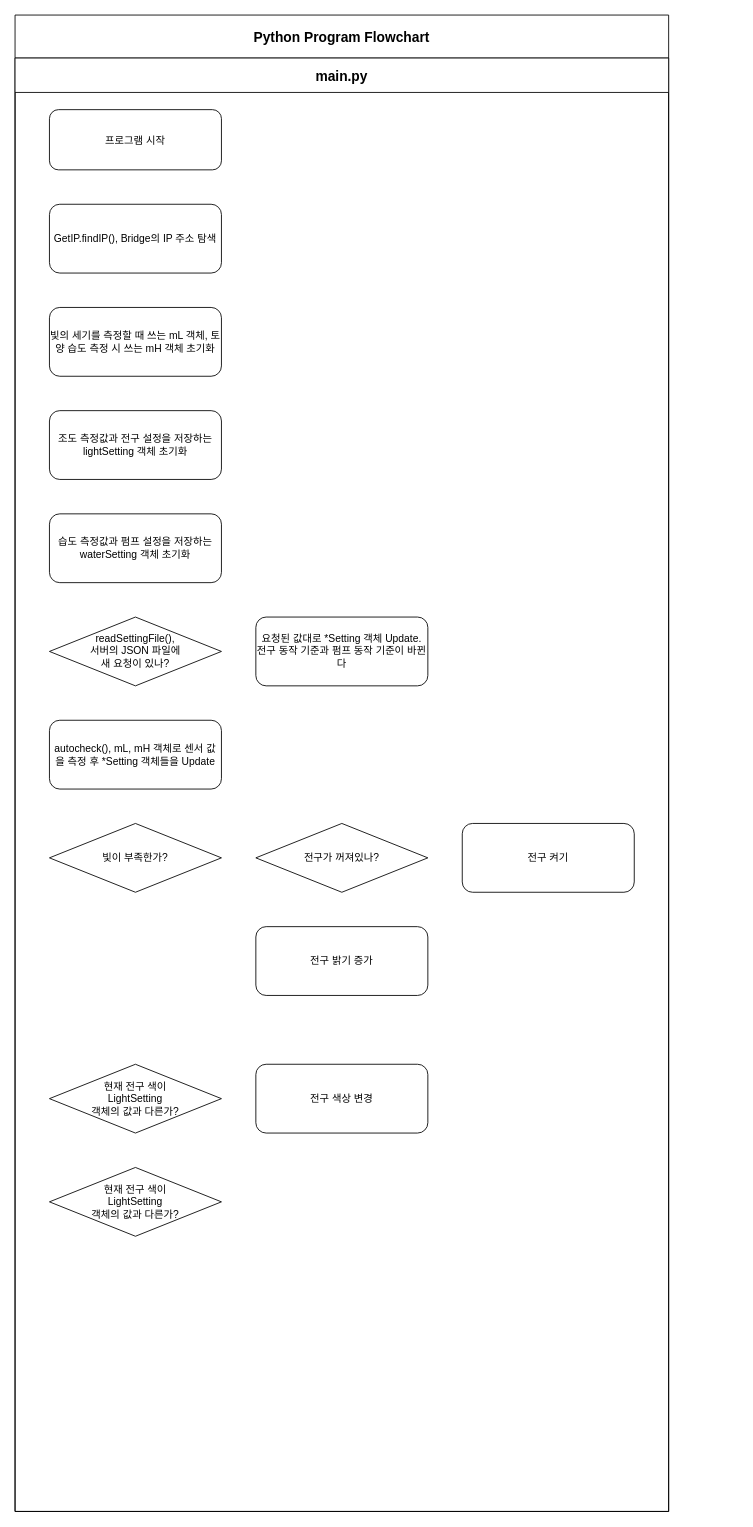
rkrnru/2021ESWContest_free_1071 keeps this draw.io diagram as main.drawio. Above is the earlier version. Source tidied: cells renumbered, new cells numbered last; positions are measured from the earlier drawing's top-left corner, leaving out a move shared by most shapes. Both pictures are drawn from the tidied source at 86%, with x=0, y=0 at pixel (15, 15).
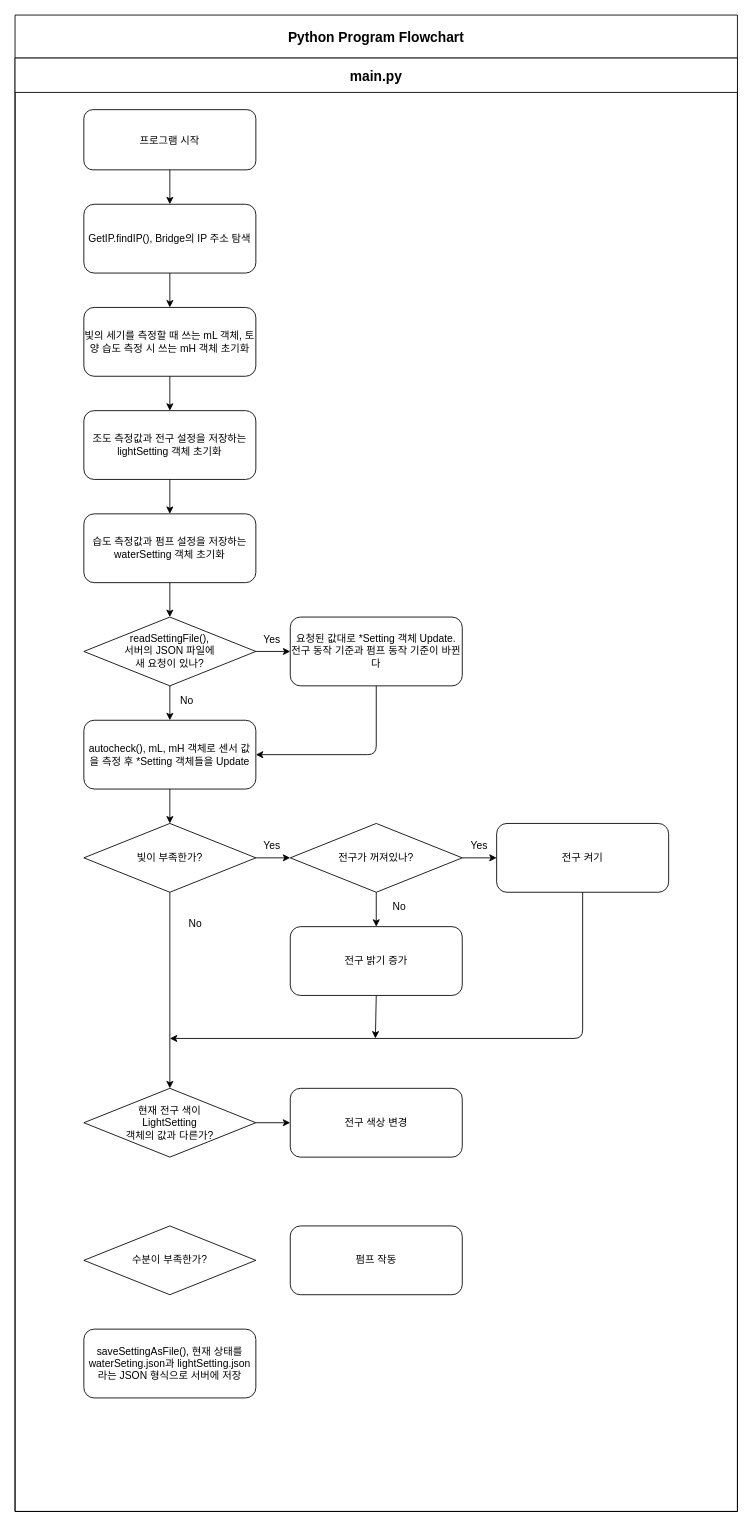
Above is the later version.

The edit, as a diff of the source:
```diff
@@
     <mxCell id="2" value="Python Program Flowchart" style="swimlane;fontSize=16;startSize=50;spacingTop=0;spacingBottom=0;" parent="1" vertex="1">
-      <mxGeometry width="760" height="1740" as="geometry" />
+      <mxGeometry width="840" height="1740" as="geometry" />
     </mxCell>
     <mxCell id="3" value="&lt;font style=&quot;font-size: 12px&quot;&gt;프로그램 시작&lt;/font&gt;" style="rounded=1;whiteSpace=wrap;html=1;fontSize=16;" parent="2" vertex="1">
-      <mxGeometry x="40" y="110" width="200" height="70" as="geometry" />
+      <mxGeometry x="80" y="110" width="200" height="70" as="geometry" />
     </mxCell>
     <mxCell id="4" value="GetIP.findIP(), Bridge의 IP 주소 탐색" style="rounded=1;whiteSpace=wrap;html=1;fontSize=12;" parent="2" vertex="1">
-      <mxGeometry x="40" y="220" width="200" height="80" as="geometry" />
+      <mxGeometry x="80" y="220" width="200" height="80" as="geometry" />
     </mxCell>
     <mxCell id="5" value="빛의 세기를 측정할 때 쓰는 mL 객체, 토양 습도 측정 시 쓰는 mH 객체 초기화" style="rounded=1;whiteSpace=wrap;html=1;fontSize=12;" parent="2" vertex="1">
-      <mxGeometry x="40" y="340" width="200" height="80" as="geometry" />
+      <mxGeometry x="80" y="340" width="200" height="80" as="geometry" />
     </mxCell>
     <mxCell id="6" value="조도 측정값과 전구 설정을 저장하는 lightSetting 객체 초기화" style="rounded=1;whiteSpace=wrap;html=1;fontSize=12;" parent="2" vertex="1">
-      <mxGeometry x="40" y="460" width="200" height="80" as="geometry" />
+      <mxGeometry x="80" y="460" width="200" height="80" as="geometry" />
     </mxCell>
     <mxCell id="7" value="습도 측정값과 펌프 설정을 저장하는 waterSetting 객체 초기화" style="rounded=1;whiteSpace=wrap;html=1;fontSize=12;" parent="2" vertex="1">
-      <mxGeometry x="40" y="580" width="200" height="80" as="geometry" />
+      <mxGeometry x="80" y="580" width="200" height="80" as="geometry" />
     </mxCell>
     <mxCell id="8" value="autocheck(), mL, mH 객체로 센서 값을 측정 후 *Setting 객체들을 Update" style="rounded=1;whiteSpace=wrap;html=1;fontSize=12;" parent="2" vertex="1">
-      <mxGeometry x="40" y="820" width="200" height="80" as="geometry" />
+      <mxGeometry x="80" y="820" width="200" height="80" as="geometry" />
     </mxCell>
     <mxCell id="9" value="readSettingFile(),&lt;br&gt;서버의 JSON 파일에 &lt;br&gt;새 요청이 있나?" style="rhombus;whiteSpace=wrap;html=1;fontSize=12;" parent="2" vertex="1">
-      <mxGeometry x="40" y="700" width="200" height="80" as="geometry" />
+      <mxGeometry x="80" y="700" width="200" height="80" as="geometry" />
     </mxCell>
     <mxCell id="10" value="요청된 값대로 *Setting 객체 Update. 전구 동작 기준과 펌프 동작 기준이 바뀐다" style="rounded=1;whiteSpace=wrap;html=1;fontSize=12;" parent="2" vertex="1">
-      <mxGeometry x="280" y="700" width="200" height="80" as="geometry" />
+      <mxGeometry x="320" y="700" width="200" height="80" as="geometry" />
     </mxCell>
     <mxCell id="11" value="빛이 부족한가?" style="rhombus;whiteSpace=wrap;html=1;fontSize=12;" parent="2" vertex="1">
-      <mxGeometry x="40" y="940" width="200" height="80" as="geometry" />
+      <mxGeometry x="80" y="940" width="200" height="80" as="geometry" />
     </mxCell>
     <mxCell id="12" value="전구가 꺼져있나?" style="rhombus;whiteSpace=wrap;html=1;fontSize=12;" parent="2" vertex="1">
-      <mxGeometry x="280" y="940" width="200" height="80" as="geometry" />
+      <mxGeometry x="320" y="940" width="200" height="80" as="geometry" />
     </mxCell>
     <mxCell id="13" value="전구 켜기" style="rounded=1;whiteSpace=wrap;html=1;fontSize=12;" parent="2" vertex="1">
-      <mxGeometry x="520" y="940" width="200" height="80" as="geometry" />
+      <mxGeometry x="560" y="940" width="200" height="80" as="geometry" />
     </mxCell>
     <mxCell id="14" value="전구 밝기 증가" style="rounded=1;whiteSpace=wrap;html=1;fontSize=12;" parent="2" vertex="1">
-      <mxGeometry x="280" y="1060" width="200" height="80" as="geometry" />
+      <mxGeometry x="320" y="1060" width="200" height="80" as="geometry" />
     </mxCell>
     <mxCell id="15" value="현재 전구 색이 &lt;br&gt;LightSetting&lt;br&gt;객체의 값과 다른가?" style="rhombus;whiteSpace=wrap;html=1;fontSize=12;" parent="2" vertex="1">
-      <mxGeometry x="40" y="1220" width="200" height="80" as="geometry" />
+      <mxGeometry x="80" y="1248" width="200" height="80" as="geometry" />
     </mxCell>
     <mxCell id="16" value="전구 색상 변경" style="rounded=1;whiteSpace=wrap;html=1;fontSize=12;" parent="2" vertex="1">
-      <mxGeometry x="280" y="1220" width="200" height="80" as="geometry" />
+      <mxGeometry x="320" y="1248" width="200" height="80" as="geometry" />
     </mxCell>
-    <mxCell id="17" value="현재 전구 색이 &lt;br&gt;LightSetting&lt;br&gt;객체의 값과 다른가?" style="rhombus;whiteSpace=wrap;html=1;fontSize=12;" parent="2" vertex="1">
-      <mxGeometry x="40" y="1340" width="200" height="80" as="geometry" />
+    <mxCell id="17" value="수분이 부족한가?" style="rhombus;whiteSpace=wrap;html=1;fontSize=12;" parent="2" vertex="1">
+      <mxGeometry x="80" y="1408" width="200" height="80" as="geometry" />
     </mxCell>
+    <mxCell id="19" value="펌프 작동" style="rounded=1;whiteSpace=wrap;html=1;fontSize=12;" parent="2" vertex="1">
+      <mxGeometry x="320" y="1408" width="200" height="80" as="geometry" />
+    </mxCell>
+    <mxCell id="20" value="saveSettingAsFile(), 현재 상태를 waterSeting.json과 lightSetting.json라는 JSON 형식으로 서버에 저장" style="rounded=1;whiteSpace=wrap;html=1;fontSize=12;" parent="2" vertex="1">
+      <mxGeometry x="80" y="1528" width="200" height="80" as="geometry" />
+    </mxCell>
+    <mxCell id="21" style="endArrow=classic;html=1;exitX=0.5;exitY=1;exitDx=0;exitDy=0;" parent="2" edge="1" source="3" target="4">
+      <mxGeometry relative="1" as="geometry" />
+    </mxCell>
+    <mxCell id="22" style="endArrow=classic;html=1;exitX=0.5;exitY=1;exitDx=0;exitDy=0;" parent="2" edge="1" source="4" target="5">
+      <mxGeometry relative="1" as="geometry" />
+    </mxCell>
+    <mxCell id="23" style="endArrow=classic;html=1;exitX=0.5;exitY=1;exitDx=0;exitDy=0;entryX=0.5;entryY=0;entryDx=0;entryDy=0;" parent="2" edge="1" source="5" target="6">
+      <mxGeometry relative="1" as="geometry" />
+    </mxCell>
+    <mxCell id="24" style="endArrow=classic;html=1;exitX=0.5;exitY=1;exitDx=0;exitDy=0;" parent="2" edge="1" source="6" target="7">
+      <mxGeometry relative="1" as="geometry" />
+    </mxCell>
+    <mxCell id="25" style="endArrow=classic;html=1;exitX=0.5;exitY=1;exitDx=0;exitDy=0;" parent="2" edge="1" source="7" target="9">
+      <mxGeometry relative="1" as="geometry" />
+    </mxCell>
+    <mxCell id="26" value="Yes" style="text;html=1;strokeColor=none;fillColor=none;align=center;verticalAlign=middle;whiteSpace=wrap;rounded=0;" parent="2" vertex="1">
+      <mxGeometry x="279" y="717" width="40" height="20" as="geometry" />
+    </mxCell>
+    <mxCell id="27" value="Yes" style="text;html=1;strokeColor=none;fillColor=none;align=center;verticalAlign=middle;whiteSpace=wrap;rounded=0;" parent="2" vertex="1">
+      <mxGeometry x="279" y="956" width="40" height="20" as="geometry" />
+    </mxCell>
+    <mxCell id="28" style="endArrow=classic;html=1;entryX=0.5;entryY=0;entryDx=0;entryDy=0;exitX=0.5;exitY=1;exitDx=0;exitDy=0;" parent="2" edge="1" source="12" target="14">
+      <mxGeometry relative="1" as="geometry" />
+    </mxCell>
+    <mxCell id="29" value="No" style="text;html=1;strokeColor=none;fillColor=none;align=center;verticalAlign=middle;whiteSpace=wrap;rounded=0;" parent="2" vertex="1">
+      <mxGeometry x="427" y="1027" width="40" height="20" as="geometry" />
+    </mxCell>
+    <mxCell id="30" value="Yes" style="text;html=1;strokeColor=none;fillColor=none;align=center;verticalAlign=middle;whiteSpace=wrap;rounded=0;" parent="2" vertex="1">
+      <mxGeometry x="520" y="956" width="40" height="20" as="geometry" />
+    </mxCell>
+    <mxCell id="31" value="No" style="text;html=1;strokeColor=none;fillColor=none;align=center;verticalAlign=middle;whiteSpace=wrap;rounded=0;" parent="2" vertex="1">
+      <mxGeometry x="190" y="1047" width="40" height="20" as="geometry" />
+    </mxCell>
+    <mxCell id="32" style="endArrow=classic;html=1;exitX=0.5;exitY=1;exitDx=0;exitDy=0;" parent="2" edge="1" source="14">
+      <mxGeometry relative="1" as="geometry">
+        <mxPoint x="419" y="1190" as="targetPoint" />
+      </mxGeometry>
+    </mxCell>
     <mxCell id="18" value="main.py" style="swimlane;fontSize=16;startSize=40;" parent="1" vertex="1">
-      <mxGeometry y="50" width="760" height="1690" as="geometry" />
+      <mxGeometry y="50" width="840" height="1690" as="geometry" />
     </mxCell>
+    <mxCell id="33" style="endArrow=classic;html=1;exitX=1;exitY=0.5;exitDx=0;exitDy=0;" parent="1" edge="1" source="9">
+      <mxGeometry relative="1" as="geometry">
+        <mxPoint x="320" y="740" as="targetPoint" />
+      </mxGeometry>
+    </mxCell>
+    <mxCell id="34" style="endArrow=classic;html=1;exitX=0.5;exitY=1;exitDx=0;exitDy=0;" parent="1" edge="1" source="9">
+      <mxGeometry relative="1" as="geometry">
+        <mxPoint x="180" y="820" as="targetPoint" />
+      </mxGeometry>
+    </mxCell>
+    <mxCell id="35" value="No" style="text;html=1;strokeColor=none;fillColor=none;align=center;verticalAlign=middle;whiteSpace=wrap;rounded=0;" parent="1" vertex="1">
+      <mxGeometry x="180" y="788" width="40" height="20" as="geometry" />
+    </mxCell>
+    <mxCell id="36" style="endArrow=classic;html=1;exitX=0.5;exitY=1;exitDx=0;exitDy=0;" parent="1" edge="1" source="10">
+      <mxGeometry relative="1" as="geometry">
+        <mxPoint x="280" y="860" as="targetPoint" />
+        <Array as="points">
+          <mxPoint x="420" y="860" />
+        </Array>
+      </mxGeometry>
+    </mxCell>
+    <mxCell id="37" style="endArrow=classic;html=1;exitX=0.5;exitY=1;exitDx=0;exitDy=0;" parent="1" edge="1" source="8">
+      <mxGeometry relative="1" as="geometry">
+        <mxPoint x="180" y="940" as="targetPoint" />
+      </mxGeometry>
+    </mxCell>
+    <mxCell id="38" style="endArrow=classic;html=1;" parent="1" edge="1">
+      <mxGeometry relative="1" as="geometry">
+        <mxPoint x="280" y="980" as="sourcePoint" />
+        <mxPoint x="320" y="980" as="targetPoint" />
+      </mxGeometry>
+    </mxCell>
+    <mxCell id="39" style="endArrow=classic;html=1;entryX=0;entryY=0.5;entryDx=0;entryDy=0;" parent="1" edge="1" target="13">
+      <mxGeometry relative="1" as="geometry">
+        <mxPoint x="520" y="980" as="sourcePoint" />
+      </mxGeometry>
+    </mxCell>
+    <mxCell id="40" style="endArrow=classic;html=1;entryX=0.5;entryY=0;entryDx=0;entryDy=0;" parent="1" edge="1" target="15">
+      <mxGeometry relative="1" as="geometry">
+        <mxPoint x="180" y="1020" as="sourcePoint" />
+      </mxGeometry>
+    </mxCell>
+    <mxCell id="41" style="endArrow=classic;html=1;exitX=0.5;exitY=1;exitDx=0;exitDy=0;" parent="1" edge="1" source="13">
+      <mxGeometry relative="1" as="geometry">
+        <mxPoint x="180" y="1190" as="targetPoint" />
+        <Array as="points">
+          <mxPoint x="660" y="1190" />
+        </Array>
+      </mxGeometry>
+    </mxCell>
+    <mxCell id="42" style="endArrow=classic;html=1;" parent="1" edge="1">
+      <mxGeometry relative="1" as="geometry">
+        <mxPoint x="280" y="1288" as="sourcePoint" />
+        <mxPoint x="320" y="1288" as="targetPoint" />
+      </mxGeometry>
+    </mxCell>
```
